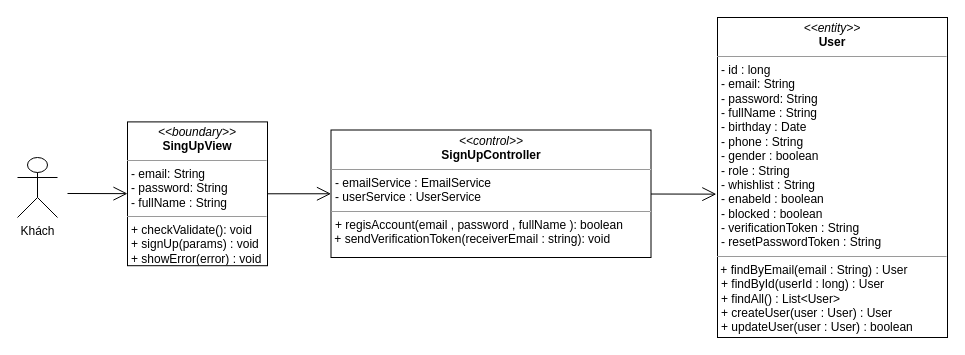
Before: class diagram/register-class-diagram.drawio in nguyenphamvan/datn_20202, a draw.io diagram. Source tidied: cells renumbered, new cells numbered last; positions are measured from the earlier drawing's top-left corner, leaving out a move shared by most shapes. Both pictures are drawn from the tidied source at 100%, with x=0, y=0 at pixel (17, 17).
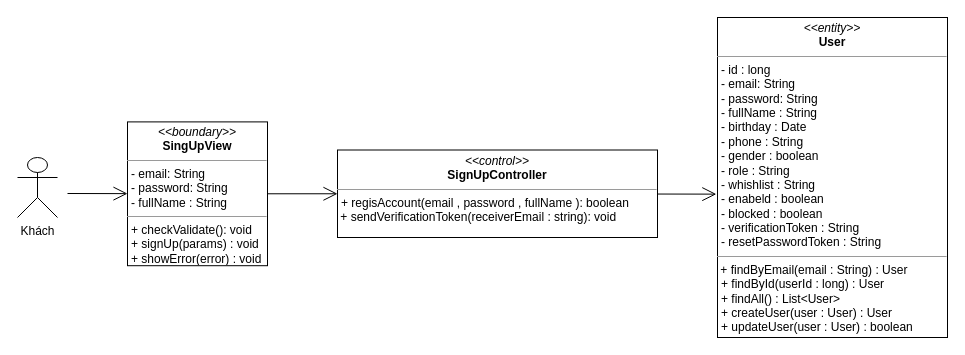
The same page after the edit.

The edit, as a diff of the source:
```diff
@@
 <mxGraphModel>
   <root>
     <mxCell id="0" />
     <mxCell id="1" parent="0" />
     <mxCell id="2" value="&lt;p style=&quot;margin: 0px ; margin-top: 4px ; text-align: center&quot;&gt;&lt;i&gt;&amp;lt;&amp;lt;boundary&amp;gt;&amp;gt;&lt;/i&gt;&lt;br&gt;&lt;b&gt;SingUpView&lt;/b&gt;&lt;/p&gt;&lt;hr size=&quot;1&quot;&gt;&lt;p style=&quot;margin: 0px ; margin-left: 4px&quot;&gt;- email: String&lt;br&gt;- password: String&lt;/p&gt;&lt;p style=&quot;margin: 0px ; margin-left: 4px&quot;&gt;- fullName : String&lt;/p&gt;&lt;hr size=&quot;1&quot;&gt;&lt;p style=&quot;margin: 0px ; margin-left: 4px&quot;&gt;+ checkValidate(): void&lt;/p&gt;&lt;p style=&quot;margin: 0px ; margin-left: 4px&quot;&gt;+ signUp(params) : void&lt;/p&gt;&lt;p style=&quot;margin: 0px ; margin-left: 4px&quot;&gt;+ showError(error) : void&lt;/p&gt;&lt;p style=&quot;margin: 0px ; margin-left: 4px&quot;&gt;&lt;br&gt;&lt;/p&gt;" style="verticalAlign=top;align=left;overflow=fill;fontSize=12;fontFamily=Helvetica;html=1;" parent="1" vertex="1">
       <mxGeometry x="110" y="104.4" width="140" height="143.8" as="geometry" />
     </mxCell>
     <mxCell id="3" value="&lt;p style=&quot;margin: 0px ; margin-top: 4px ; text-align: center&quot;&gt;&lt;i&gt;&amp;lt;&amp;lt;entity&amp;gt;&amp;gt;&lt;/i&gt;&lt;br&gt;&lt;b&gt;User&lt;/b&gt;&lt;/p&gt;&lt;hr size=&quot;1&quot;&gt;&lt;p style=&quot;margin: 0px ; margin-left: 4px&quot;&gt;- id : long&lt;/p&gt;&lt;p style=&quot;margin: 0px ; margin-left: 4px&quot;&gt;- email: String&lt;br&gt;- password: String&lt;/p&gt;&lt;p style=&quot;margin: 0px ; margin-left: 4px&quot;&gt;- fullName : String&lt;/p&gt;&lt;p style=&quot;margin: 0px ; margin-left: 4px&quot;&gt;- birthday : Date&lt;/p&gt;&lt;p style=&quot;margin: 0px ; margin-left: 4px&quot;&gt;- phone : String&lt;/p&gt;&lt;p style=&quot;margin: 0px ; margin-left: 4px&quot;&gt;- gender : boolean&lt;/p&gt;&lt;p style=&quot;margin: 0px ; margin-left: 4px&quot;&gt;- role : String&lt;/p&gt;&lt;p style=&quot;margin: 0px ; margin-left: 4px&quot;&gt;- whishlist : String&lt;/p&gt;&lt;p style=&quot;margin: 0px ; margin-left: 4px&quot;&gt;- enabeld : boolean&lt;/p&gt;&lt;p style=&quot;margin: 0px ; margin-left: 4px&quot;&gt;- blocked : boolean&lt;/p&gt;&lt;p style=&quot;margin: 0px ; margin-left: 4px&quot;&gt;- verificationToken : String&lt;/p&gt;&lt;p style=&quot;margin: 0px ; margin-left: 4px&quot;&gt;- resetPasswordToken : String&lt;/p&gt;&lt;hr size=&quot;1&quot;&gt;&lt;p style=&quot;margin: 0px ; margin-left: 4px&quot;&gt;&lt;/p&gt;&amp;nbsp;&lt;span&gt;+ findByEmail(email : String) : User&amp;nbsp;&lt;/span&gt;&lt;p style=&quot;margin: 0px 0px 0px 4px&quot;&gt;+ findById(userId : long) : User&lt;/p&gt;&lt;p style=&quot;margin: 0px 0px 0px 4px&quot;&gt;+ findAll() : List&amp;lt;User&amp;gt;&lt;/p&gt;&lt;p style=&quot;margin: 0px 0px 0px 4px&quot;&gt;+ createUser(user : User) : User&lt;/p&gt;&lt;p style=&quot;margin: 0px 0px 0px 4px&quot;&gt;+ updateUser(user : User) : boolean&lt;/p&gt;" style="verticalAlign=top;align=left;overflow=fill;fontSize=12;fontFamily=Helvetica;html=1;" parent="1" vertex="1">
       <mxGeometry x="700" width="230" height="320" as="geometry" />
     </mxCell>
-    <mxCell id="4" value="&lt;p style=&quot;margin: 0px ; margin-top: 4px ; text-align: center&quot;&gt;&lt;i&gt;&amp;lt;&amp;lt;control&amp;gt;&amp;gt;&lt;/i&gt;&lt;br&gt;&lt;b&gt;SignUpController&lt;/b&gt;&lt;/p&gt;&lt;hr size=&quot;1&quot;&gt;&lt;p style=&quot;margin: 0px ; margin-left: 4px&quot;&gt;- emailService : EmailService&lt;br&gt;- userService : UserService&lt;/p&gt;&lt;hr size=&quot;1&quot;&gt;&lt;p style=&quot;margin: 0px ; margin-left: 4px&quot;&gt;+ regisAccount(email , password , fullName ): boolean&lt;/p&gt;&amp;nbsp;+ sendVerificationToken(receiverEmail : string): void" style="verticalAlign=top;align=left;overflow=fill;fontSize=12;fontFamily=Helvetica;html=1;" parent="1" vertex="1">
-      <mxGeometry x="313.5" y="112.5" width="320" height="127.5" as="geometry" />
+    <mxCell id="4" value="&lt;p style=&quot;margin: 0px ; margin-top: 4px ; text-align: center&quot;&gt;&lt;i&gt;&amp;lt;&amp;lt;control&amp;gt;&amp;gt;&lt;/i&gt;&lt;br&gt;&lt;b&gt;SignUpController&lt;/b&gt;&lt;/p&gt;&lt;hr size=&quot;1&quot;&gt;&lt;p style=&quot;margin: 0px ; margin-left: 4px&quot;&gt;+ regisAccount(email , password , fullName ): boolean&lt;/p&gt;&amp;nbsp;+ sendVerificationToken(receiverEmail : string): void" style="verticalAlign=top;align=left;overflow=fill;fontSize=12;fontFamily=Helvetica;html=1;" parent="1" vertex="1">
+      <mxGeometry x="320" y="132.5" width="320" height="87.5" as="geometry" />
     </mxCell>
     <mxCell id="5" style="endArrow=open;endFill=1;endSize=12;html=1;entryX=-0.005;entryY=0.552;entryDx=0;entryDy=0;entryPerimeter=0;" parent="1" edge="1" source="4" target="3">
       <mxGeometry relative="1" as="geometry" />
     </mxCell>
     <mxCell id="6" style="endArrow=open;endFill=1;endSize=12;html=1;" parent="1" edge="1" source="2" target="4">
       <mxGeometry relative="1" as="geometry" />
     </mxCell>
     <mxCell id="7" value="Khách" style="shape=umlActor;verticalLabelPosition=bottom;verticalAlign=top;html=1;" parent="1" vertex="1">
       <mxGeometry y="140" width="40" height="60" as="geometry" />
     </mxCell>
     <mxCell id="8" style="endArrow=open;endFill=1;endSize=12;html=1;" parent="1" edge="1" target="2">
       <mxGeometry relative="1" as="geometry">
         <mxPoint x="50" y="176" as="sourcePoint" />
       </mxGeometry>
     </mxCell>
   </root>
 </mxGraphModel>
```
